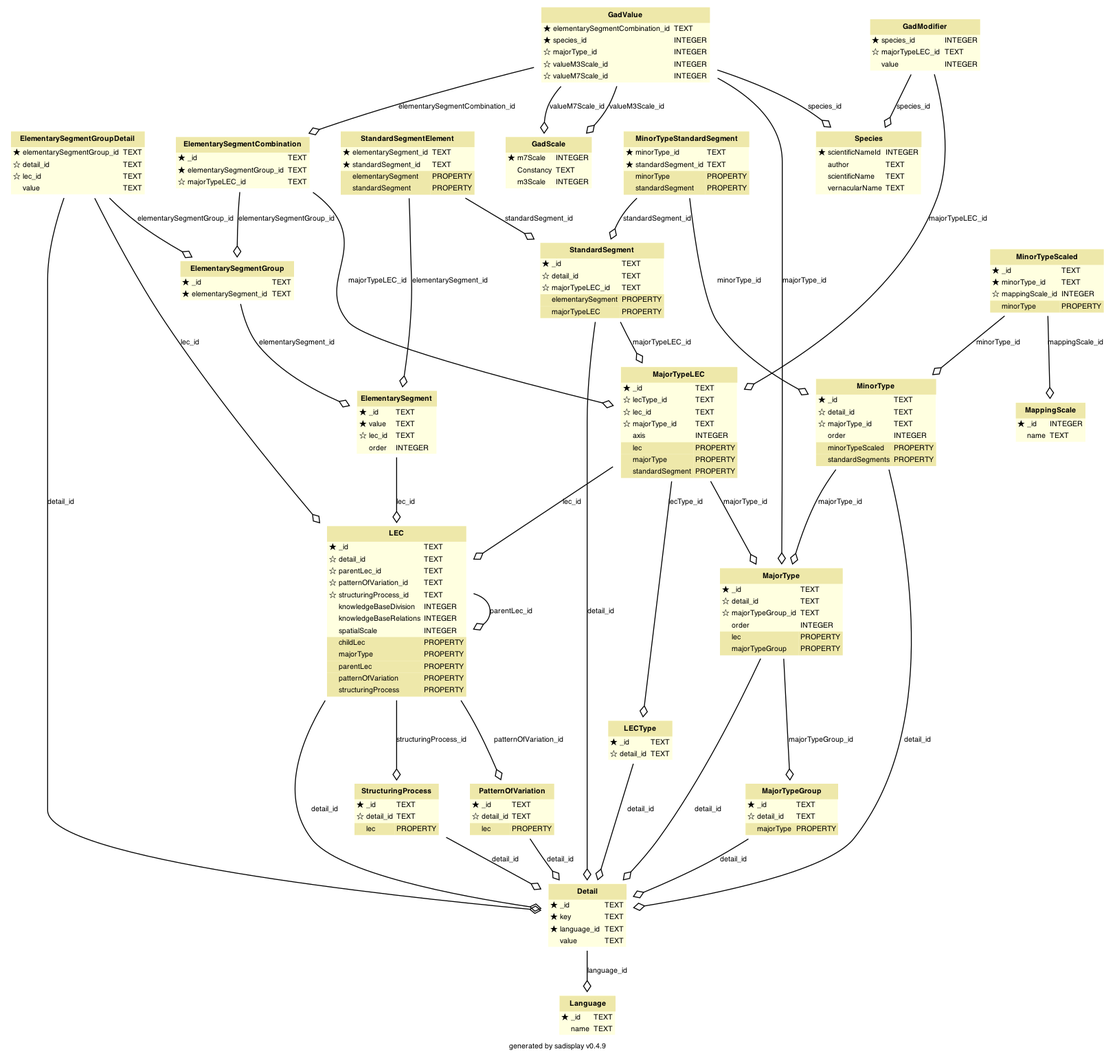
The Graphviz diagram scripts/database/schema.png in MichalTorma/natur-i-norge, before a commit. Its source is kept beside it as scripts/database/schema.dot.
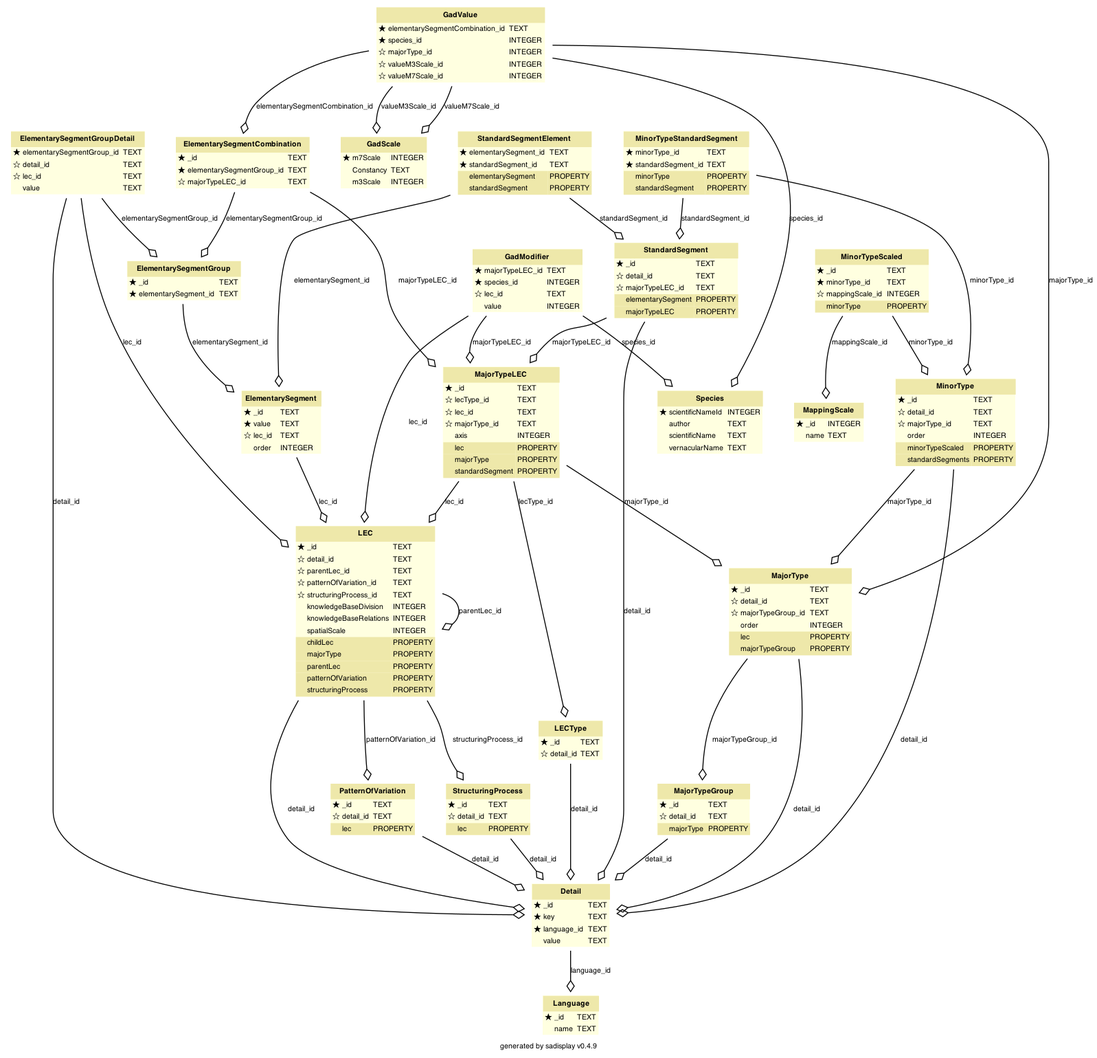
After the commit.

Commit message:
Add GadModifier values

The edit, as a diff of the source:
```diff
@@ -145,11 +145,15 @@
                         ALIGN="CENTER" BGCOLOR="palegoldenrod"
                 ><FONT FACE="Helvetica Bold" COLOR="black"
                 >GadModifier</FONT></TD></TR><TR><TD ALIGN="LEFT" BORDER="0"
+        ><FONT FACE="Bitstream Vera Sans">★ majorTypeLEC_id</FONT
+        ></TD><TD ALIGN="LEFT"
+        ><FONT FACE="Bitstream Vera Sans">TEXT</FONT
+        ></TD></TR> <TR><TD ALIGN="LEFT" BORDER="0"
         ><FONT FACE="Bitstream Vera Sans">★ species_id</FONT
         ></TD><TD ALIGN="LEFT"
         ><FONT FACE="Bitstream Vera Sans">INTEGER</FONT
         ></TD></TR> <TR><TD ALIGN="LEFT" BORDER="0"
-        ><FONT FACE="Bitstream Vera Sans">☆ majorTypeLEC_id</FONT
+        ><FONT FACE="Bitstream Vera Sans">☆ lec_id</FONT
         ></TD><TD ALIGN="LEFT"
         ><FONT FACE="Bitstream Vera Sans">TEXT</FONT
         ></TD></TR> <TR><TD ALIGN="LEFT" BORDER="0"
@@ -693,6 +697,7 @@
 	"ElementarySegmentGroupDetail" -> "LEC" [label = "lec_id"]
 	"ElementarySegmentGroupDetail" -> "Detail" [label = "detail_id"]
 	"GadModifier" -> "MajorTypeLEC" [label = "majorTypeLEC_id"]
+	"GadModifier" -> "LEC" [label = "lec_id"]
 	"GadModifier" -> "Species" [label = "species_id"]
 	"GadValue" -> "ElementarySegmentCombination" [label = "elementarySegmentCombination_id"]
 	"GadValue" -> "Species" [label = "species_id"]
```
